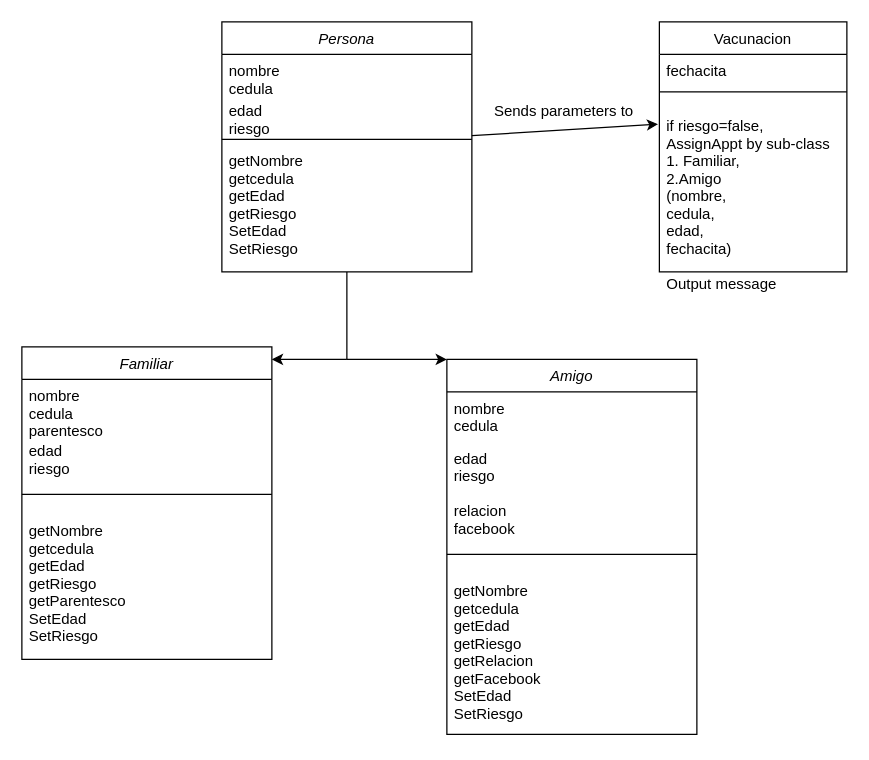
Above: Untitled Diagram.drawio in calpizar/OOP (draw.io), before the change. Source tidied: cells renumbered, new cells numbered last; positions are measured from the earlier drawing's top-left corner, leaving out a move shared by most shapes. Both pictures are drawn from the tidied source at 125%, with x=0, y=0 at pixel (21, 21).
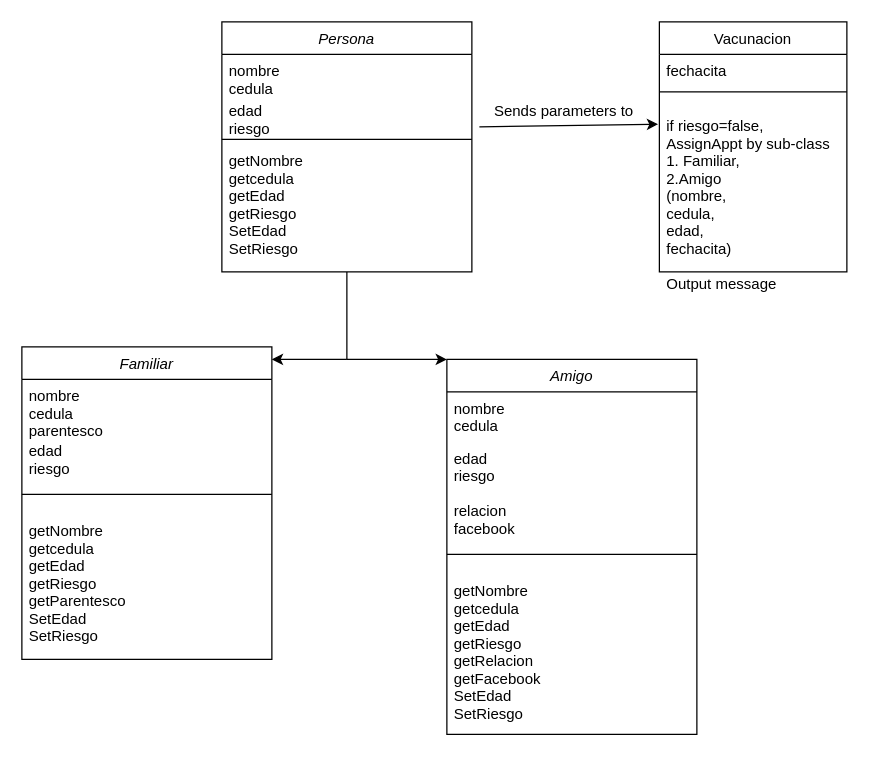
Above is the later version.

Commit message:
Add Vacunacion class Diagram.drawio

The change refers to these unchanged cells:
```xml
<mxCell id="5" value="edad&#10;riesgo" style="text;align=left;verticalAlign=top;spacingLeft=4;spacingRight=4;overflow=hidden;points=[[0,0.5],[1,0.5]];portConstraint=eastwest;rounded=0;shadow=0;html=0;" parent="2" vertex="1">
  <mxGeometry y="58" width="200" height="32" as="geometry" />
</mxCell>
<mxCell id="28" value="if riesgo=false, &#10;AssignAppt by sub-class&#10;1. Familiar, &#10;2.Amigo &#10;(nombre, &#10;cedula,&#10;edad,&#10;fechacita)&#10;&#10;Output message" style="text;align=left;verticalAlign=top;spacingLeft=4;spacingRight=4;overflow=hidden;points=[[0,0.5],[1,0.5]];portConstraint=eastwest;" parent="1" vertex="1">
  <mxGeometry x="510" y="70" width="150" height="150" as="geometry" />
</mxCell>
```

The edit, as a diff of the source:
```diff
@@
-    <mxCell id="26" style="endArrow=classic;html=1;entryX=-0.007;entryY=0.079;entryDx=0;entryDy=0;entryPerimeter=0;" parent="1" edge="1" target="28">
-      <mxGeometry relative="1" as="geometry">
-        <mxPoint x="360" y="91" as="sourcePoint" />
-      </mxGeometry>
+    <mxCell id="26" style="endArrow=classic;html=1;entryX=-0.007;entryY=0.079;entryDx=0;entryDy=0;entryPerimeter=0;exitX=1.03;exitY=0.813;exitDx=0;exitDy=0;exitPerimeter=0;" parent="1" edge="1" source="5" target="28">
+      <mxGeometry relative="1" as="geometry" />
     </mxCell>
```
